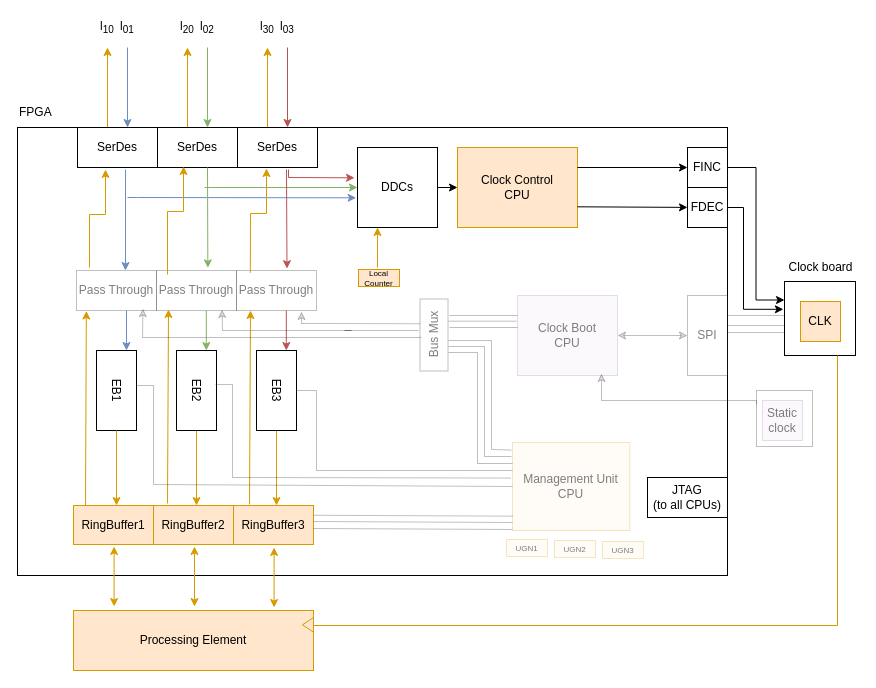
Above: docs/diagrams/bittide-pe-diagram.drawio in bittide/bittide-hardware (draw.io), before the change. Source tidied: cells renumbered, new cells numbered last; positions are measured from the earlier drawing's top-left corner, leaving out a move shared by most shapes. Both pictures are drawn from the tidied source at 100%, with x=0, y=0 at pixel (17, 17).
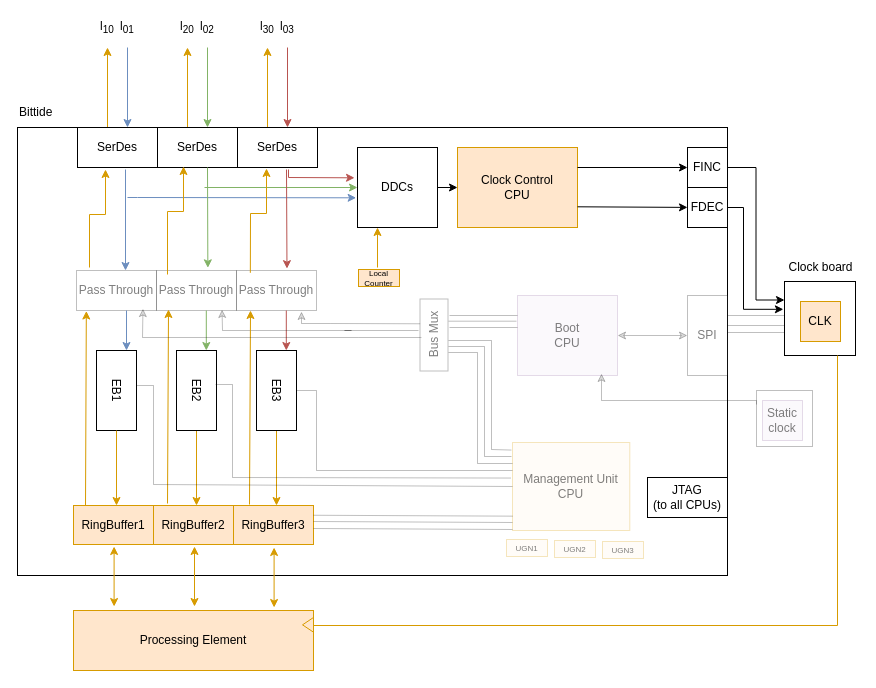
After the change.

Change to the diagram source:
```diff
@@
-    <mxCell id="5" value="FPGA" style="text;html=1;align=left;verticalAlign=middle;whiteSpace=wrap;rounded=0;" parent="1" vertex="1">
+    <mxCell id="5" value="Bittide" style="text;html=1;align=left;verticalAlign=middle;whiteSpace=wrap;rounded=0;" parent="1" vertex="1">
       <mxGeometry y="80" width="60" height="30" as="geometry" />
     </mxCell>
@@
-    <mxCell id="43" value="&lt;div&gt;Clock Boot&lt;/div&gt;&lt;div&gt;CPU&lt;/div&gt;" style="rounded=0;whiteSpace=wrap;html=1;fillColor=#e1d5e7;strokeColor=#9673a6;fillOpacity=15;strokeOpacity=25;textOpacity=50;" parent="1" vertex="1">
+    <mxCell id="43" value="&lt;div&gt;Boot&lt;/div&gt;&lt;div&gt;CPU&lt;/div&gt;" style="rounded=0;whiteSpace=wrap;html=1;fillColor=#e1d5e7;strokeColor=#9673a6;fillOpacity=15;strokeOpacity=25;textOpacity=50;" parent="1" vertex="1">
       <mxGeometry x="500" y="278" width="100" height="80" as="geometry" />
     </mxCell>
```
